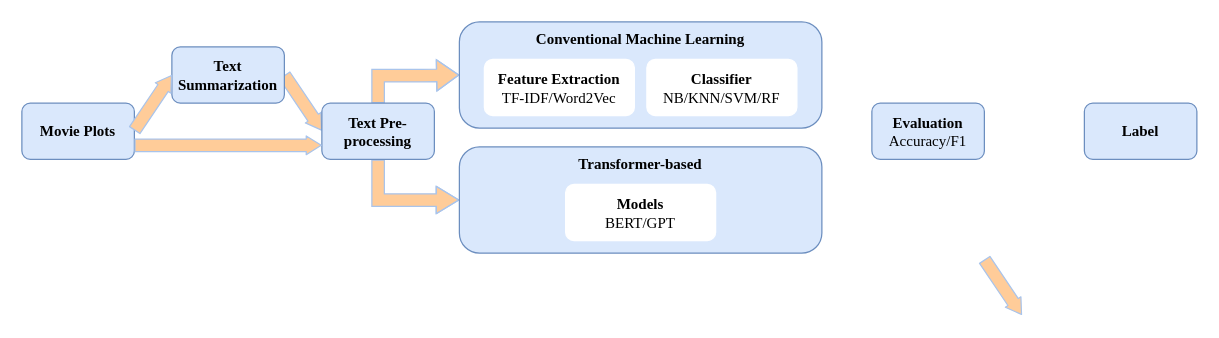
The draw.io diagram flowchartofTC.drawio in sharonXu080/datavis, before the edit. Source tidied: cells renumbered, new cells numbered last; positions are measured from the earlier drawing's top-left corner, leaving out a move shared by most shapes. Both pictures are drawn from the tidied source at 125%, with x=0, y=0 at pixel (21, 21).
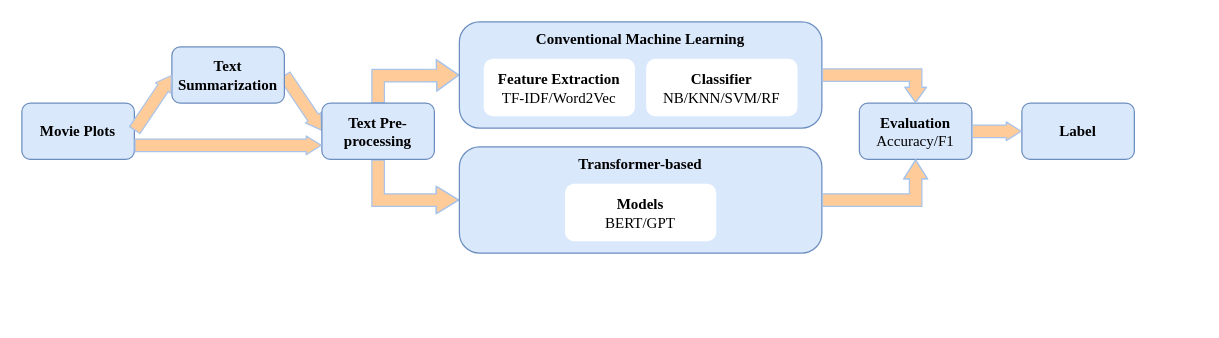
After the change.

Unchanged cells that the change refers to:
```xml
<mxCell id="8" value="&lt;b&gt;Conventional Machine Learning&lt;/b&gt;" style="rounded=1;whiteSpace=wrap;html=1;fillColor=#dae8fc;strokeColor=#6c8ebf;labelPosition=center;verticalLabelPosition=middle;align=center;verticalAlign=top;arcSize=19;fontFamily=Times New Roman;" parent="7" vertex="1">
  <mxGeometry width="290" height="85" as="geometry" />
</mxCell>
<mxCell id="12" value="&lt;b&gt;Transformer-based&lt;/b&gt;" style="rounded=1;whiteSpace=wrap;html=1;fillColor=#dae8fc;strokeColor=#6c8ebf;labelPosition=center;verticalLabelPosition=middle;align=center;verticalAlign=top;arcSize=19;fontFamily=Times New Roman;" parent="11" vertex="1">
  <mxGeometry width="290" height="85" as="geometry" />
</mxCell>
```

The edit, as a diff of the source:
```diff
@@
     <mxCell id="17" value="&lt;b&gt;Evaluation&lt;/b&gt;&lt;br&gt;Accuracy/F1" style="rounded=1;whiteSpace=wrap;html=1;fillColor=#dae8fc;strokeColor=#6c8ebf;fontFamily=Times New Roman;" parent="1" vertex="1">
-      <mxGeometry x="680" y="65" width="90" height="45" as="geometry" />
+      <mxGeometry x="670" y="65" width="90" height="45" as="geometry" />
     </mxCell>
     <mxCell id="18" value="&lt;b&gt;Label&lt;/b&gt;" style="rounded=1;whiteSpace=wrap;html=1;fillColor=#dae8fc;strokeColor=#6c8ebf;fontFamily=Times New Roman;" parent="1" vertex="1">
-      <mxGeometry x="850" y="65" width="90" height="45" as="geometry" />
+      <mxGeometry x="800" y="65" width="90" height="45" as="geometry" />
     </mxCell>
-    <mxCell id="19" style="shape=flexArrow;endArrow=classic;html=1;endWidth=4;endSize=3.67;fillColor=#FFCC99;strokeColor=#A9C4EB;exitX=1;exitY=0.5;exitDx=0;exitDy=0;" parent="1" edge="1">
-      <mxGeometry relative="1" as="geometry">
-        <mxPoint x="770" y="190" as="sourcePoint" />
-        <mxPoint x="800" y="234.5" as="targetPoint" />
-      </mxGeometry>
+    <mxCell id="19" style="shape=flexArrow;endArrow=classic;html=1;endWidth=4;endSize=3.67;fillColor=#FFCC99;strokeColor=#A9C4EB;entryX=0;entryY=0.5;entryDx=0;entryDy=0;exitX=1;exitY=0.5;exitDx=0;exitDy=0;" parent="1" edge="1" source="17" target="18">
+      <mxGeometry relative="1" as="geometry" />
     </mxCell>
+    <mxCell id="20" style="edgeStyle=orthogonalEdgeStyle;shape=flexArrow;rounded=0;jettySize=auto;html=1;exitX=1;exitY=0.5;exitDx=0;exitDy=0;entryX=0.5;entryY=0;entryDx=0;entryDy=0;fontFamily=Times New Roman;strokeColor=#A9C4EB;fillColor=#FFCC99;endWidth=6;endSize=3.67;" parent="1" edge="1" source="8" target="17">
+      <mxGeometry relative="1" as="geometry" />
+    </mxCell>
+    <mxCell id="21" style="edgeStyle=orthogonalEdgeStyle;shape=flexArrow;rounded=0;jettySize=auto;html=1;exitX=1;exitY=0.5;exitDx=0;exitDy=0;entryX=0.5;entryY=1;entryDx=0;entryDy=0;fontFamily=Times New Roman;strokeColor=#A9C4EB;fillColor=#FFCC99;endWidth=8;endSize=4.67;" parent="1" edge="1" source="12" target="17">
+      <mxGeometry relative="1" as="geometry" />
+    </mxCell>
```
